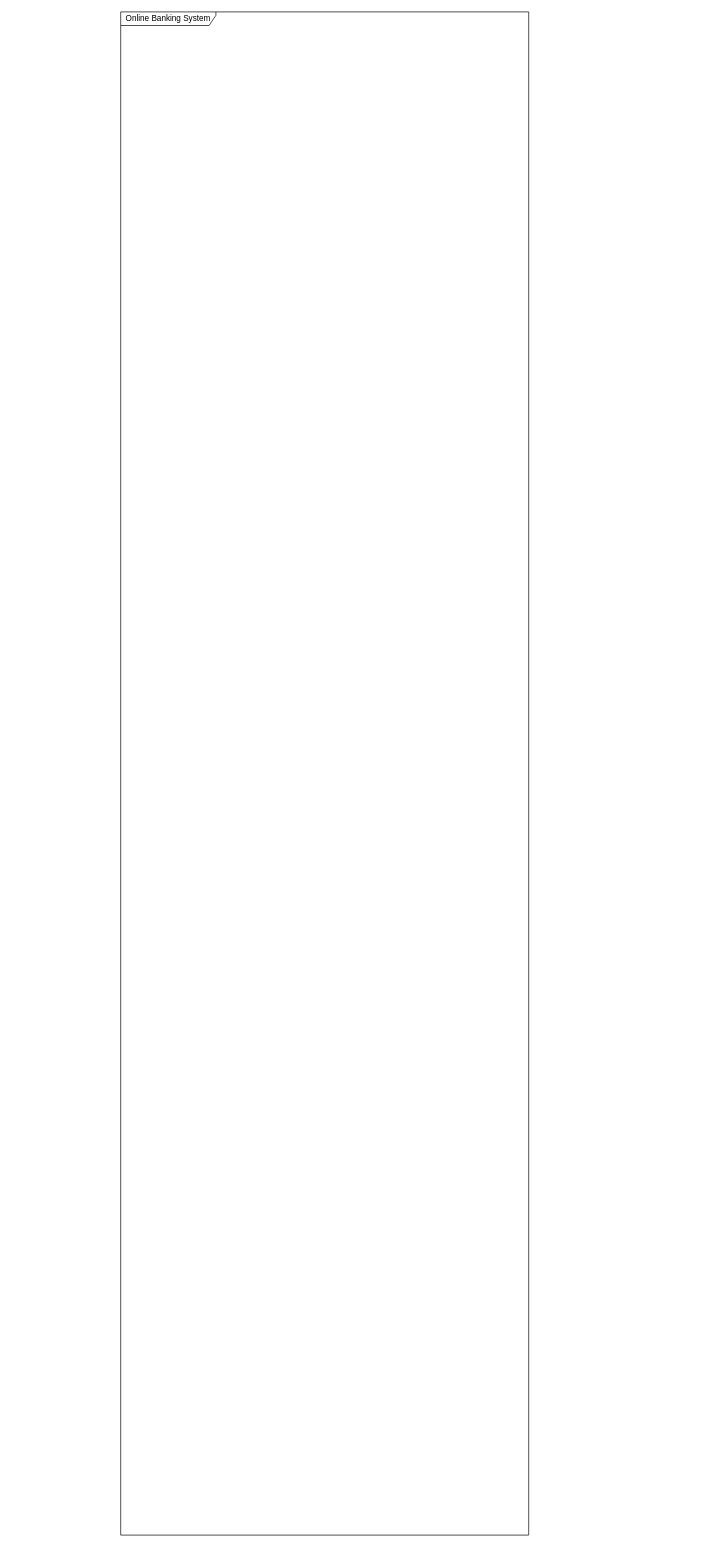
Before: Untitled Diagram.drawio in Janith-Sandamal/online-banking, a draw.io diagram. Source tidied: cells renumbered, new cells numbered last; positions are measured from the earlier drawing's top-left corner, leaving out a move shared by most shapes. Both pictures are drawn from the tidied source at 68%, with x=0, y=0 at pixel (120, 12). Pictures stored in the file or linked from it are replaced by grey dashed boxes.
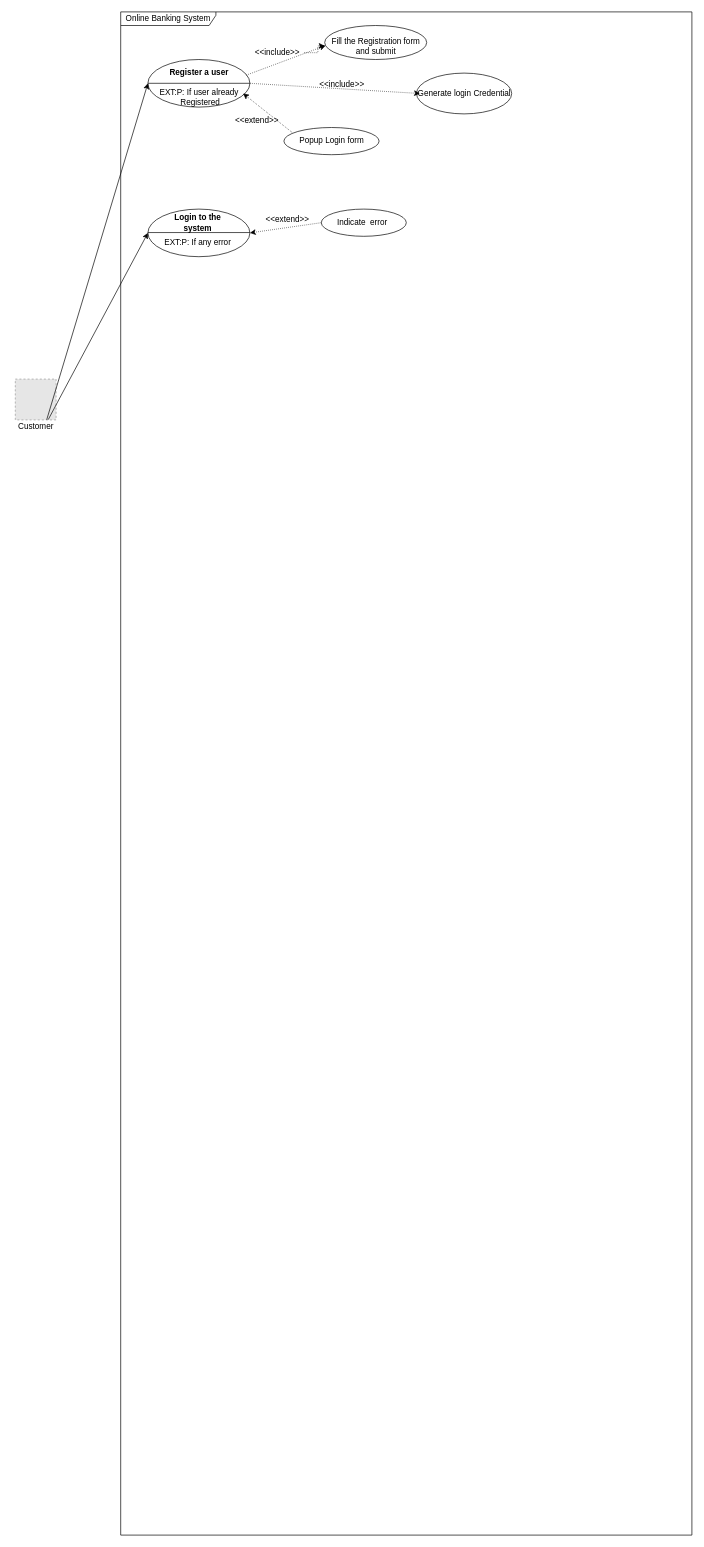
Above is the later version.

Change to the diagram source:
```diff
@@
     <mxCell id="2" value="Online Banking System" style="shape=umlFrame;whiteSpace=wrap;html=1;width=140;height=20;" parent="1" vertex="1">
-      <mxGeometry width="600" height="2240" as="geometry" />
+      <mxGeometry width="840" height="2240" as="geometry" />
     </mxCell>
+    <mxCell id="3" style="fillColor=#E6E6E6;strokeColor=#999999;dashed=1;verticalLabelPosition=bottom;labelBackgroundColor=default;verticalAlign=top;" parent="1" vertex="1">
+      <mxGeometry x="-155" y="540" width="60" height="60" as="geometry" />
+    </mxCell>
+    <mxCell id="4" value="Customer" style="text;html=1;align=center;verticalAlign=middle;points=[];fillColor=none;strokeColor=none;rounded=0;" parent="1" vertex="1">
+      <mxGeometry x="-160" y="600" width="70" height="20" as="geometry" />
+    </mxCell>
+    <mxCell id="5" style="ellipse;whiteSpace=wrap;html=1;strokeWidth=1;" parent="1" vertex="1">
+      <mxGeometry x="40" y="70" width="150" height="70" as="geometry" />
+    </mxCell>
+    <mxCell id="6" style="endArrow=none;html=1;rounded=0;entryX=1;entryY=0.5;entryDx=0;entryDy=0;exitX=0;exitY=0.5;exitDx=0;exitDy=0;strokeWidth=1;" parent="1" edge="1" source="5" target="5">
+      <mxGeometry relative="1" as="geometry" />
+    </mxCell>
+    <mxCell id="7" value="&lt;b&gt;Register a user&lt;/b&gt;" style="text;html=1;align=center;verticalAlign=middle;fillColor=none;strokeColor=none;rounded=0;strokeWidth=1;" parent="1" vertex="1">
+      <mxGeometry x="65" y="80" width="100" height="20" as="geometry" />
+    </mxCell>
+    <mxCell id="8" value="EXT:P: If user already&lt;br&gt;&amp;nbsp;Registered" style="text;html=1;align=center;verticalAlign=middle;fillColor=none;strokeColor=none;rounded=0;strokeWidth=1;" parent="1" vertex="1">
+      <mxGeometry x="50" y="110" width="130" height="30" as="geometry" />
+    </mxCell>
+    <mxCell id="9" style="endArrow=classic;html=1;rounded=0;exitX=0.731;exitY=-0.01;exitDx=0;exitDy=0;entryX=0;entryY=0.5;entryDx=0;entryDy=0;exitPerimeter=0;" parent="1" edge="1" source="4" target="5">
+      <mxGeometry relative="1" as="geometry" />
+    </mxCell>
+    <mxCell id="10" style="ellipse;whiteSpace=wrap;html=1;strokeWidth=1;" parent="1" vertex="1">
+      <mxGeometry x="240" y="170" width="140" height="40" as="geometry" />
+    </mxCell>
+    <mxCell id="11" style="ellipse;whiteSpace=wrap;html=1;strokeWidth=1;" parent="1" vertex="1">
+      <mxGeometry x="40" y="290" width="150" height="70" as="geometry" />
+    </mxCell>
+    <mxCell id="12" style="endArrow=none;html=1;rounded=0;entryX=1;entryY=0.5;entryDx=0;entryDy=0;exitX=0;exitY=0.5;exitDx=0;exitDy=0;strokeWidth=1;" parent="1" edge="1">
+      <mxGeometry relative="1" as="geometry">
+        <mxPoint x="40" y="324.5" as="sourcePoint" />
+        <mxPoint x="190" y="324.5" as="targetPoint" />
+      </mxGeometry>
+    </mxCell>
+    <mxCell id="13" value="Popup Login form" style="text;html=1;align=center;verticalAlign=middle;fillColor=none;strokeColor=none;rounded=0;rotation=0;strokeWidth=1;" parent="1" vertex="1">
+      <mxGeometry x="255" y="180" width="110" height="20" as="geometry" />
+    </mxCell>
+    <mxCell id="14" style="endArrow=classic;html=1;rounded=0;strokeWidth=1;dashed=1;dashPattern=1 2;exitX=0.086;exitY=0.18;exitDx=0;exitDy=0;exitPerimeter=0;" parent="1" edge="1" source="10">
+      <mxGeometry relative="1" as="geometry">
+        <mxPoint x="180" y="120" as="targetPoint" />
+      </mxGeometry>
+    </mxCell>
+    <mxCell id="15" value="&amp;lt;&amp;lt;extend&amp;gt;&amp;gt;" style="text;html=1;align=center;verticalAlign=middle;fillColor=none;strokeColor=none;rounded=0;strokeWidth=1;" parent="1" vertex="1">
+      <mxGeometry x="160" y="150" width="80" height="20" as="geometry" />
+    </mxCell>
+    <mxCell id="16" style="ellipse;whiteSpace=wrap;html=1;strokeWidth=1;" parent="1" vertex="1">
+      <mxGeometry x="300" y="20" width="150" height="50" as="geometry" />
+    </mxCell>
+    <mxCell id="17" value="Fill the Registration form&lt;br&gt;and submit" style="text;html=1;align=center;verticalAlign=middle;points=[];fillColor=none;strokeColor=none;rounded=0;rotation=0;" parent="1" vertex="1">
+      <mxGeometry x="300" y="35" width="150" height="30" as="geometry" />
+    </mxCell>
+    <mxCell id="18" style="endArrow=classic;html=1;rounded=0;strokeWidth=1;dashed=1;dashPattern=1 2;exitX=0.965;exitY=0.328;exitDx=0;exitDy=0;exitPerimeter=0;entryX=0.009;entryY=0.484;entryDx=0;entryDy=0;entryPerimeter=0;" parent="1" edge="1" source="5" target="17">
+      <mxGeometry relative="1" as="geometry" />
+    </mxCell>
+    <mxCell id="19" style="edgeStyle=orthogonalEdgeStyle;rounded=0;jettySize=auto;html=1;dashed=1;dashPattern=1 2;strokeWidth=1;" parent="1" edge="1" source="20" target="17">
+      <mxGeometry relative="1" as="geometry" />
+    </mxCell>
+    <mxCell id="20" value="&amp;lt;&amp;lt;include&amp;gt;&amp;gt;" style="text;html=1;align=center;verticalAlign=middle;points=[];fillColor=none;strokeColor=none;rounded=0;strokeWidth=1;" parent="1" vertex="1">
+      <mxGeometry x="190" y="50" width="80" height="20" as="geometry" />
+    </mxCell>
+    <mxCell id="21" style="ellipse;whiteSpace=wrap;html=1;strokeWidth=1;" parent="1" vertex="1">
+      <mxGeometry x="435" y="90" width="140" height="60" as="geometry" />
+    </mxCell>
+    <mxCell id="22" value="Generate login Credential" style="text;html=1;align=center;verticalAlign=middle;points=[];fillColor=none;strokeColor=none;rounded=0;rotation=0;" parent="1" vertex="1">
+      <mxGeometry x="430" y="110" width="150" height="20" as="geometry" />
+    </mxCell>
+    <mxCell id="23" style="endArrow=classic;html=1;rounded=0;strokeWidth=1;dashed=1;dashPattern=1 2;exitX=1;exitY=0.5;exitDx=0;exitDy=0;entryX=0.067;entryY=0.5;entryDx=0;entryDy=0;entryPerimeter=0;" parent="1" edge="1" source="5" target="22">
+      <mxGeometry relative="1" as="geometry" />
+    </mxCell>
+    <mxCell id="24" value="&amp;lt;&amp;lt;include&amp;gt;&amp;gt;" style="text;html=1;align=center;verticalAlign=middle;fillColor=none;strokeColor=none;rounded=0;strokeWidth=1;" parent="1" vertex="1">
+      <mxGeometry x="285" y="97" width="80" height="20" as="geometry" />
+    </mxCell>
+    <mxCell id="25" value="&lt;b&gt;Login to the&lt;br&gt;system&lt;br&gt;&lt;/b&gt;" style="text;html=1;align=center;verticalAlign=middle;fillColor=none;strokeColor=none;rounded=0;strokeWidth=1;" parent="1" vertex="1">
+      <mxGeometry x="73" y="295" width="80" height="30" as="geometry" />
+    </mxCell>
+    <mxCell id="26" style="endArrow=classic;html=1;rounded=0;exitX=0.763;exitY=-0.021;exitDx=0;exitDy=0;entryX=0;entryY=0.5;entryDx=0;entryDy=0;exitPerimeter=0;" parent="1" edge="1" source="4" target="11">
+      <mxGeometry relative="1" as="geometry" />
+    </mxCell>
+    <mxCell id="27" value="EXT:P: If any error" style="text;html=1;align=center;verticalAlign=middle;fillColor=none;strokeColor=none;rounded=0;strokeWidth=1;" parent="1" vertex="1">
+      <mxGeometry x="58" y="330" width="110" height="20" as="geometry" />
+    </mxCell>
+    <mxCell id="28" style="ellipse;whiteSpace=wrap;html=1;strokeWidth=1;" parent="1" vertex="1">
+      <mxGeometry x="295" y="290" width="125" height="40" as="geometry" />
+    </mxCell>
+    <mxCell id="29" value="Indicate&amp;nbsp; error" style="text;html=1;align=center;verticalAlign=middle;fillColor=none;strokeColor=none;rounded=0;strokeWidth=1;" parent="1" vertex="1">
+      <mxGeometry x="310" y="300" width="90" height="20" as="geometry" />
+    </mxCell>
+    <mxCell id="30" style="endArrow=classic;html=1;rounded=0;strokeWidth=1;dashed=1;dashPattern=1 2;exitX=0;exitY=0.5;exitDx=0;exitDy=0;entryX=1;entryY=0.5;entryDx=0;entryDy=0;" parent="1" edge="1" source="28" target="11">
+      <mxGeometry relative="1" as="geometry" />
+    </mxCell>
+    <mxCell id="31" value="&amp;lt;&amp;lt;extend&amp;gt;&amp;gt;" style="text;html=1;align=center;verticalAlign=middle;fillColor=none;strokeColor=none;rounded=0;strokeWidth=1;" parent="1" vertex="1">
+      <mxGeometry x="205" y="295" width="80" height="20" as="geometry" />
+    </mxCell>
```
